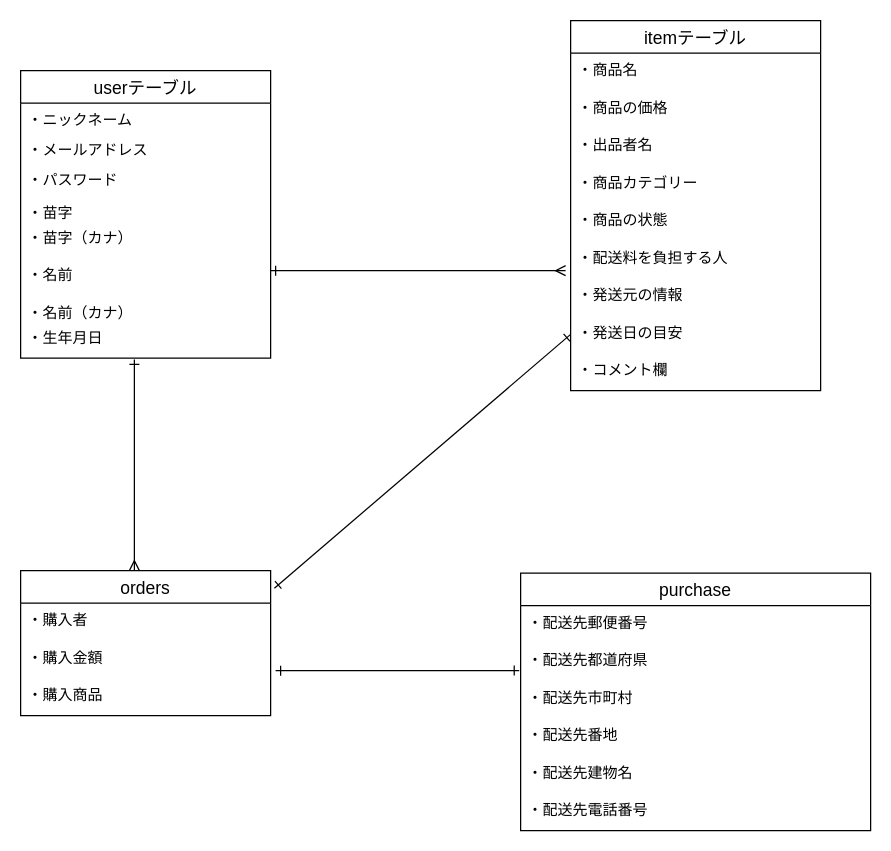
The draw.io diagram furima35256.dio in riyo-y/furima-35256, before the edit. Source tidied: cells renumbered, new cells numbered last; positions are measured from the earlier drawing's top-left corner, leaving out a move shared by most shapes. Both pictures are drawn from the tidied source at 125%, with x=0, y=0 at pixel (20, 20).
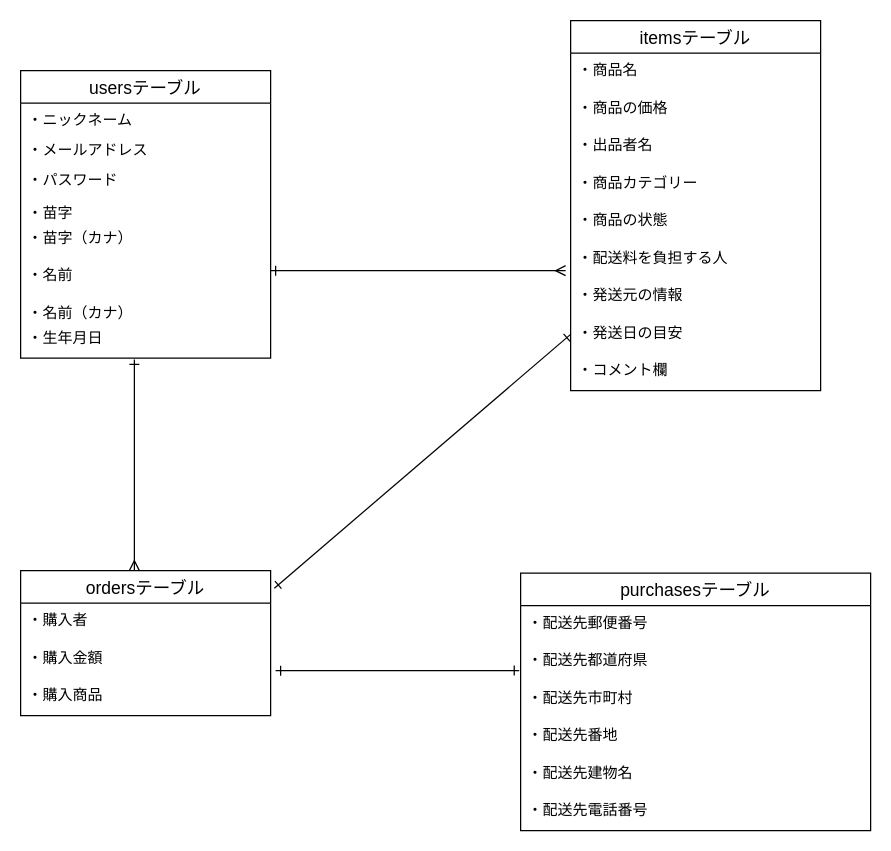
The same diagram, later.

Commit message:
ER図一部修正

What changed in the source:
```diff
@@
-    <mxCell id="2" value="userテーブル" style="swimlane;fontStyle=0;horizontal=1;startSize=26;align=center;fontSize=14;" parent="1" vertex="1">
+    <mxCell id="2" value="usersテーブル" style="swimlane;fontStyle=0;horizontal=1;startSize=26;align=center;fontSize=14;" parent="1" vertex="1">
       <mxGeometry y="40" width="200" height="230" as="geometry" />
     </mxCell>
@@
-    <mxCell id="11" value="itemテーブル" style="swimlane;fontStyle=0;horizontal=1;startSize=26;align=center;fontSize=14;" parent="1" vertex="1">
+    <mxCell id="11" value="itemsテーブル" style="swimlane;fontStyle=0;horizontal=1;startSize=26;align=center;fontSize=14;" parent="1" vertex="1">
       <mxGeometry x="440" width="200" height="296" as="geometry" />
     </mxCell>
@@
-    <mxCell id="21" value="purchase" style="swimlane;fontStyle=0;horizontal=1;startSize=26;align=center;fontSize=14;" parent="1" vertex="1">
+    <mxCell id="21" value="purchasesテーブル" style="swimlane;fontStyle=0;horizontal=1;startSize=26;align=center;fontSize=14;" parent="1" vertex="1">
       <mxGeometry x="400" y="442" width="280" height="206" as="geometry" />
     </mxCell>
@@
-    <mxCell id="28" value="orders" style="swimlane;fontStyle=0;horizontal=1;startSize=26;align=center;fontSize=14;" parent="1" vertex="1">
+    <mxCell id="28" value="ordersテーブル" style="swimlane;fontStyle=0;horizontal=1;startSize=26;align=center;fontSize=14;" parent="1" vertex="1">
       <mxGeometry y="440" width="200" height="116" as="geometry" />
     </mxCell>
```
